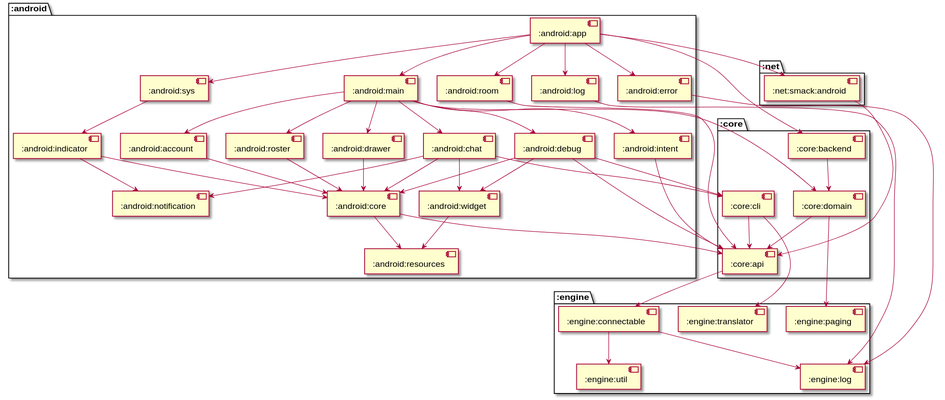
Above: docs/modules/svg/:android:app.svg in cryptopunkscc/crypton (PlantUML), before the change.
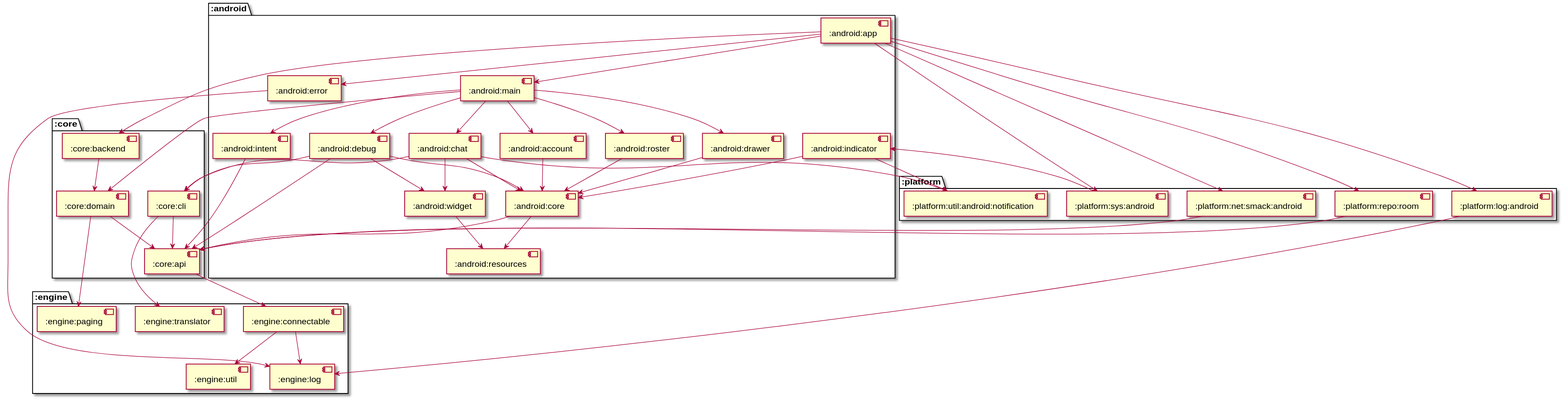
After the change.

Diff of the diagram source:
```diff
@@ -5,18 +5,18 @@
 [:core:api]
 [:core:cli]
 }
-package ":net" {
-[:net:smack:android]
+package ":platform" {
+[:platform:net:smack:android]
+[:platform:repo:room]
+[:platform:sys:android]
+[:platform:log:android]
+[:platform:util:android:notification]
 }
 package ":android" {
-[:android:room]
-[:android:sys]
-[:android:log]
 [:android:error]
 [:android:main]
 [:android:indicator]
 [:android:core]
-[:android:notification]
 [:android:resources]
 [:android:debug]
 [:android:intent]
@@ -35,10 +35,10 @@
 [:engine:translator]
 }
 [:core:backend] --> [:core:domain]
-[:net:smack:android] --> [:core:api]
-[:android:room] --> [:core:api]
-[:android:sys] --> [:android:indicator]
-[:android:log] --> [:engine:log]
+[:platform:net:smack:android] --> [:core:api]
+[:platform:repo:room] --> [:core:api]
+[:platform:sys:android] --> [:android:indicator]
+[:platform:log:android] --> [:engine:log]
 [:android:error] --> [:engine:log]
 [:android:main] --> [:android:debug]
 [:android:main] --> [:android:intent]
@@ -53,7 +53,7 @@
 [:engine:connectable] --> [:engine:util]
 [:engine:connectable] --> [:engine:log]
 [:android:indicator] --> [:android:core]
-[:android:indicator] --> [:android:notification]
+[:android:indicator] --> [:platform:util:android:notification]
 [:android:core] --> [:core:api]
 [:android:core] --> [:android:resources]
 [:android:debug] --> [:core:api]
@@ -64,7 +64,7 @@
 [:android:account] --> [:android:core]
 [:android:roster] --> [:android:core]
 [:android:chat] --> [:android:core]
-[:android:chat] --> [:android:notification]
+[:android:chat] --> [:platform:util:android:notification]
 [:android:chat] --> [:android:widget]
 [:android:chat] --> [:core:cli]
 [:android:drawer] --> [:android:core]
@@ -72,10 +72,10 @@
 [:core:cli] --> [:core:api]
 [:android:widget] --> [:android:resources]
 [:android:app] --> [:core:backend]
-[:android:app] --> [:net:smack:android]
-[:android:app] --> [:android:room]
-[:android:app] --> [:android:sys]
-[:android:app] --> [:android:log]
+[:android:app] --> [:platform:net:smack:android]
+[:android:app] --> [:platform:repo:room]
+[:android:app] --> [:platform:sys:android]
+[:android:app] --> [:platform:log:android]
 [:android:app] --> [:android:error]
 [:android:app] --> [:android:main]
 @enduml
```
